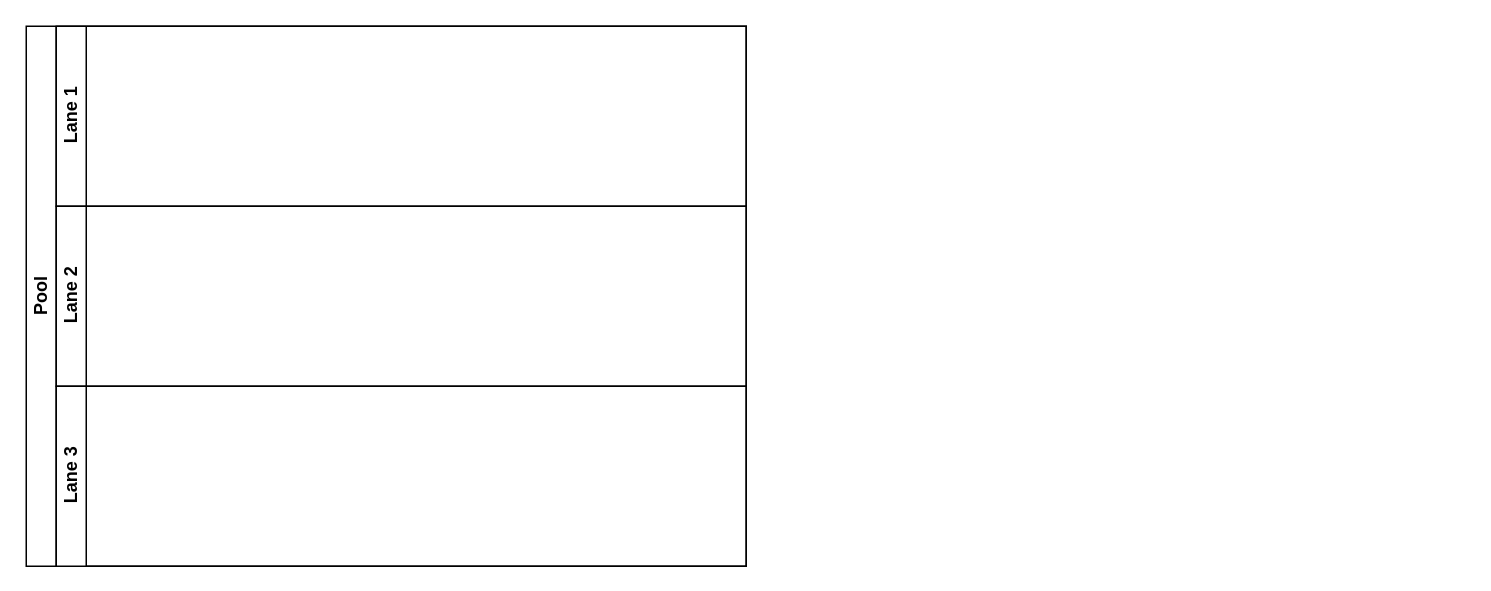
The draw.io diagram Livraison.drawio in quemet/Draw.io, before the edit. Source tidied: cells renumbered, new cells numbered last; positions are measured from the earlier drawing's top-left corner, leaving out a move shared by most shapes. Both pictures are drawn from the tidied source at 150%, with x=0, y=0 at pixel (26, 26).
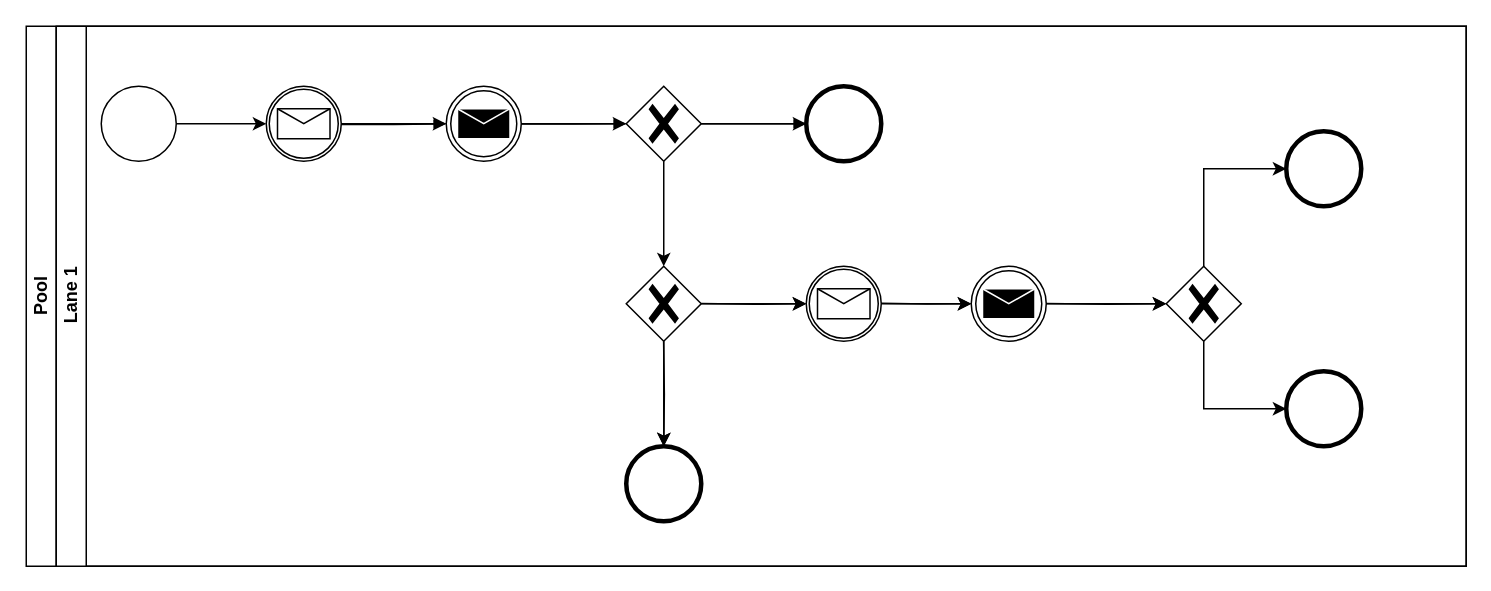
The same diagram, later.

Commit message (it also covers changes not shown here):
Mettre à jour Livraison.drawio

The edit, as a diff of the source:
```diff
@@
     <mxCell id="2" value="Pool" style="swimlane;html=1;horizontal=0;startSize=20;whiteSpace=wrap;" parent="1" vertex="1">
-      <mxGeometry width="480" height="360" as="geometry" />
+      <mxGeometry width="960" height="360" as="geometry" />
     </mxCell>
-    <mxCell id="3" value="Lane 1" style="swimlane;html=1;startSize=20;horizontal=0;" parent="2" vertex="1">
-      <mxGeometry x="20" width="460" height="120" as="geometry" />
+    <mxCell id="3" value="Lane 1" style="swimlane;html=1;startSize=20;horizontal=0;" parent="1" vertex="1">
+      <mxGeometry x="20" width="940" height="360" as="geometry" />
     </mxCell>
-    <mxCell id="4" value="Lane 2" style="swimlane;html=1;startSize=20;horizontal=0;" parent="2" vertex="1">
-      <mxGeometry x="20" y="120" width="460" height="120" as="geometry" />
-    </mxCell>
-    <mxCell id="5" value="Lane 3" style="swimlane;html=1;startSize=20;horizontal=0;" parent="2" vertex="1">
-      <mxGeometry x="20" y="240" width="460" height="120" as="geometry" />
-    </mxCell>
+    <mxCell id="6" style="edgeStyle=orthogonalEdgeStyle;rounded=0;jettySize=auto;html=1;" parent="3" edge="1" source="7" target="11">
+      <mxGeometry relative="1" as="geometry" />
+    </mxCell>
+    <mxCell id="7" style="points=[[0.145,0.145,0],[0.5,0,0],[0.855,0.145,0],[1,0.5,0],[0.855,0.855,0],[0.5,1,0],[0.145,0.855,0],[0,0.5,0]];shape=mxgraph.bpmn.event;html=1;verticalLabelPosition=bottom;labelBackgroundColor=#ffffff;verticalAlign=top;align=center;perimeter=ellipsePerimeter;outlineConnect=0;outline=standard;symbol=general;" parent="3" vertex="1">
+      <mxGeometry x="30" y="40" width="50" height="50" as="geometry" />
+    </mxCell>
+    <mxCell id="8" style="edgeStyle=orthogonalEdgeStyle;rounded=0;jettySize=auto;html=1;" parent="3" edge="1" source="9" target="14">
+      <mxGeometry relative="1" as="geometry" />
+    </mxCell>
+    <mxCell id="9" style="points=[[0.145,0.145,0],[0.5,0,0],[0.855,0.145,0],[1,0.5,0],[0.855,0.855,0],[0.5,1,0],[0.145,0.855,0],[0,0.5,0]];shape=mxgraph.bpmn.event;html=1;verticalLabelPosition=bottom;labelBackgroundColor=#ffffff;verticalAlign=top;align=center;perimeter=ellipsePerimeter;outlineConnect=0;outline=throwing;symbol=message;" parent="3" vertex="1">
+      <mxGeometry x="260" y="40" width="50" height="50" as="geometry" />
+    </mxCell>
+    <mxCell id="10" style="edgeStyle=orthogonalEdgeStyle;rounded=0;jettySize=auto;html=1;" parent="3" edge="1" source="11" target="9">
+      <mxGeometry relative="1" as="geometry" />
+    </mxCell>
+    <mxCell id="11" style="points=[[0.145,0.145,0],[0.5,0,0],[0.855,0.145,0],[1,0.5,0],[0.855,0.855,0],[0.5,1,0],[0.145,0.855,0],[0,0.5,0]];shape=mxgraph.bpmn.event;html=1;verticalLabelPosition=bottom;labelBackgroundColor=#ffffff;verticalAlign=top;align=center;perimeter=ellipsePerimeter;outlineConnect=0;outline=catching;symbol=message;" parent="3" vertex="1">
+      <mxGeometry x="140" y="40" width="50" height="50" as="geometry" />
+    </mxCell>
+    <mxCell id="12" style="edgeStyle=orthogonalEdgeStyle;rounded=0;jettySize=auto;html=1;" parent="3" edge="1" source="14" target="15">
+      <mxGeometry relative="1" as="geometry" />
+    </mxCell>
+    <mxCell id="13" style="edgeStyle=orthogonalEdgeStyle;rounded=0;jettySize=auto;html=1;" parent="3" edge="1" source="14" target="18">
+      <mxGeometry relative="1" as="geometry" />
+    </mxCell>
+    <mxCell id="14" style="points=[[0.25,0.25,0],[0.5,0,0],[0.75,0.25,0],[1,0.5,0],[0.75,0.75,0],[0.5,1,0],[0.25,0.75,0],[0,0.5,0]];shape=mxgraph.bpmn.gateway2;html=1;verticalLabelPosition=bottom;labelBackgroundColor=#ffffff;verticalAlign=top;align=center;perimeter=rhombusPerimeter;outlineConnect=0;outline=none;symbol=none;gwType=exclusive;" parent="3" vertex="1">
+      <mxGeometry x="380" y="40" width="50" height="50" as="geometry" />
+    </mxCell>
+    <mxCell id="15" style="points=[[0.145,0.145,0],[0.5,0,0],[0.855,0.145,0],[1,0.5,0],[0.855,0.855,0],[0.5,1,0],[0.145,0.855,0],[0,0.5,0]];shape=mxgraph.bpmn.event;html=1;verticalLabelPosition=bottom;labelBackgroundColor=#ffffff;verticalAlign=top;align=center;perimeter=ellipsePerimeter;outlineConnect=0;outline=end;symbol=terminate2;" parent="3" vertex="1">
+      <mxGeometry x="500" y="40" width="50" height="50" as="geometry" />
+    </mxCell>
+    <mxCell id="16" style="edgeStyle=orthogonalEdgeStyle;rounded=0;jettySize=auto;html=1;" parent="3" edge="1" source="18" target="19">
+      <mxGeometry relative="1" as="geometry" />
+    </mxCell>
+    <mxCell id="17" style="edgeStyle=orthogonalEdgeStyle;rounded=0;jettySize=auto;html=1;" parent="3" edge="1" source="18" target="21">
+      <mxGeometry relative="1" as="geometry" />
+    </mxCell>
+    <mxCell id="18" style="points=[[0.25,0.25,0],[0.5,0,0],[0.75,0.25,0],[1,0.5,0],[0.75,0.75,0],[0.5,1,0],[0.25,0.75,0],[0,0.5,0]];shape=mxgraph.bpmn.gateway2;html=1;verticalLabelPosition=bottom;labelBackgroundColor=#ffffff;verticalAlign=top;align=center;perimeter=rhombusPerimeter;outlineConnect=0;outline=none;symbol=none;gwType=exclusive;" parent="3" vertex="1">
+      <mxGeometry x="380" y="160" width="50" height="50" as="geometry" />
+    </mxCell>
+    <mxCell id="19" style="points=[[0.145,0.145,0],[0.5,0,0],[0.855,0.145,0],[1,0.5,0],[0.855,0.855,0],[0.5,1,0],[0.145,0.855,0],[0,0.5,0]];shape=mxgraph.bpmn.event;html=1;verticalLabelPosition=bottom;labelBackgroundColor=#ffffff;verticalAlign=top;align=center;perimeter=ellipsePerimeter;outlineConnect=0;outline=end;symbol=terminate2;" parent="3" vertex="1">
+      <mxGeometry x="380" y="280" width="50" height="50" as="geometry" />
+    </mxCell>
+    <mxCell id="20" style="edgeStyle=orthogonalEdgeStyle;rounded=0;jettySize=auto;html=1;" parent="3" edge="1" source="21" target="23">
+      <mxGeometry relative="1" as="geometry" />
+    </mxCell>
+    <mxCell id="21" style="points=[[0.145,0.145,0],[0.5,0,0],[0.855,0.145,0],[1,0.5,0],[0.855,0.855,0],[0.5,1,0],[0.145,0.855,0],[0,0.5,0]];shape=mxgraph.bpmn.event;html=1;verticalLabelPosition=bottom;labelBackgroundColor=#ffffff;verticalAlign=top;align=center;perimeter=ellipsePerimeter;outlineConnect=0;outline=catching;symbol=message;" parent="3" vertex="1">
+      <mxGeometry x="500" y="160" width="50" height="50" as="geometry" />
+    </mxCell>
+    <mxCell id="22" style="edgeStyle=orthogonalEdgeStyle;rounded=0;jettySize=auto;html=1;" parent="3" edge="1" source="23" target="24">
+      <mxGeometry relative="1" as="geometry" />
+    </mxCell>
+    <mxCell id="23" style="points=[[0.145,0.145,0],[0.5,0,0],[0.855,0.145,0],[1,0.5,0],[0.855,0.855,0],[0.5,1,0],[0.145,0.855,0],[0,0.5,0]];shape=mxgraph.bpmn.event;html=1;verticalLabelPosition=bottom;labelBackgroundColor=#ffffff;verticalAlign=top;align=center;perimeter=ellipsePerimeter;outlineConnect=0;outline=throwing;symbol=message;" parent="3" vertex="1">
+      <mxGeometry x="610" y="160" width="50" height="50" as="geometry" />
+    </mxCell>
+    <mxCell id="24" style="points=[[0.25,0.25,0],[0.5,0,0],[0.75,0.25,0],[1,0.5,0],[0.75,0.75,0],[0.5,1,0],[0.25,0.75,0],[0,0.5,0]];shape=mxgraph.bpmn.gateway2;html=1;verticalLabelPosition=bottom;labelBackgroundColor=#ffffff;verticalAlign=top;align=center;perimeter=rhombusPerimeter;outlineConnect=0;outline=none;symbol=none;gwType=exclusive;" parent="3" vertex="1">
+      <mxGeometry x="740" y="160" width="50" height="50" as="geometry" />
+    </mxCell>
+    <mxCell id="25" style="points=[[0.145,0.145,0],[0.5,0,0],[0.855,0.145,0],[1,0.5,0],[0.855,0.855,0],[0.5,1,0],[0.145,0.855,0],[0,0.5,0]];shape=mxgraph.bpmn.event;html=1;verticalLabelPosition=bottom;labelBackgroundColor=#ffffff;verticalAlign=top;align=center;perimeter=ellipsePerimeter;outlineConnect=0;outline=end;symbol=terminate2;" parent="3" vertex="1">
+      <mxGeometry x="820" y="70" width="50" height="50" as="geometry" />
+    </mxCell>
+    <mxCell id="26" style="points=[[0.145,0.145,0],[0.5,0,0],[0.855,0.145,0],[1,0.5,0],[0.855,0.855,0],[0.5,1,0],[0.145,0.855,0],[0,0.5,0]];shape=mxgraph.bpmn.event;html=1;verticalLabelPosition=bottom;labelBackgroundColor=#ffffff;verticalAlign=top;align=center;perimeter=ellipsePerimeter;outlineConnect=0;outline=end;symbol=terminate2;" parent="3" vertex="1">
+      <mxGeometry x="820" y="230" width="50" height="50" as="geometry" />
+    </mxCell>
+    <mxCell id="27" style="edgeStyle=elbowEdgeStyle;fontSize=12;html=1;endArrow=blockThin;endFill=1;rounded=0;entryX=0;entryY=0.5;entryDx=0;entryDy=0;entryPerimeter=0;" parent="3" edge="1" target="9">
+      <mxGeometry relative="1" as="geometry">
+        <mxPoint x="190" y="65.5" as="sourcePoint" />
+      </mxGeometry>
+    </mxCell>
+    <mxCell id="28" style="edgeStyle=elbowEdgeStyle;fontSize=12;html=1;endArrow=blockThin;endFill=1;rounded=0;entryX=0;entryY=0.5;entryDx=0;entryDy=0;entryPerimeter=0;" parent="3" edge="1" target="14">
+      <mxGeometry relative="1" as="geometry">
+        <mxPoint x="310" y="65.1" as="sourcePoint" />
+      </mxGeometry>
+    </mxCell>
+    <mxCell id="29" style="edgeStyle=elbowEdgeStyle;fontSize=12;html=1;endArrow=blockThin;endFill=1;rounded=0;entryX=0;entryY=0.5;entryDx=0;entryDy=0;entryPerimeter=0;" parent="3" edge="1" target="15">
+      <mxGeometry relative="1" as="geometry">
+        <mxPoint x="430" y="65" as="sourcePoint" />
+      </mxGeometry>
+    </mxCell>
+    <mxCell id="30" style="edgeStyle=orthogonalEdgeStyle;rounded=0;jettySize=auto;html=1;entryX=0.5;entryY=0;entryDx=0;entryDy=0;entryPerimeter=0;" parent="3" edge="1" target="19">
+      <mxGeometry relative="1" as="geometry">
+        <mxPoint x="404.9" y="210" as="sourcePoint" />
+      </mxGeometry>
+    </mxCell>
+    <mxCell id="31" style="edgeStyle=orthogonalEdgeStyle;rounded=0;jettySize=auto;html=1;entryX=0;entryY=0.5;entryDx=0;entryDy=0;entryPerimeter=0;" parent="3" edge="1" target="21">
+      <mxGeometry relative="1" as="geometry">
+        <mxPoint x="430" y="184.9" as="sourcePoint" />
+      </mxGeometry>
+    </mxCell>
+    <mxCell id="32" style="edgeStyle=orthogonalEdgeStyle;rounded=0;jettySize=auto;html=1;entryX=0;entryY=0.5;entryDx=0;entryDy=0;entryPerimeter=0;" parent="3" edge="1" target="23">
+      <mxGeometry relative="1" as="geometry">
+        <mxPoint x="550" y="184.7" as="sourcePoint" />
+      </mxGeometry>
+    </mxCell>
+    <mxCell id="33" style="edgeStyle=orthogonalEdgeStyle;rounded=0;jettySize=auto;html=1;entryX=0;entryY=0.5;entryDx=0;entryDy=0;entryPerimeter=0;" parent="3" edge="1" target="24">
+      <mxGeometry relative="1" as="geometry">
+        <mxPoint x="660" y="184.8" as="sourcePoint" />
+      </mxGeometry>
+    </mxCell>
+    <mxCell id="34" style="edgeStyle=orthogonalEdgeStyle;rounded=0;jettySize=auto;html=1;entryX=0;entryY=0.5;entryDx=0;entryDy=0;entryPerimeter=0;" parent="3" edge="1" target="25">
+      <mxGeometry relative="1" as="geometry">
+        <mxPoint x="765" y="160" as="sourcePoint" />
+        <Array as="points">
+          <mxPoint x="765" y="95" />
+        </Array>
+      </mxGeometry>
+    </mxCell>
+    <mxCell id="35" style="edgeStyle=orthogonalEdgeStyle;rounded=0;jettySize=auto;html=1;" parent="3" edge="1" target="26">
+      <mxGeometry relative="1" as="geometry">
+        <mxPoint x="765" y="210" as="sourcePoint" />
+        <Array as="points">
+          <mxPoint x="765" y="255" />
+        </Array>
+      </mxGeometry>
+    </mxCell>
```
